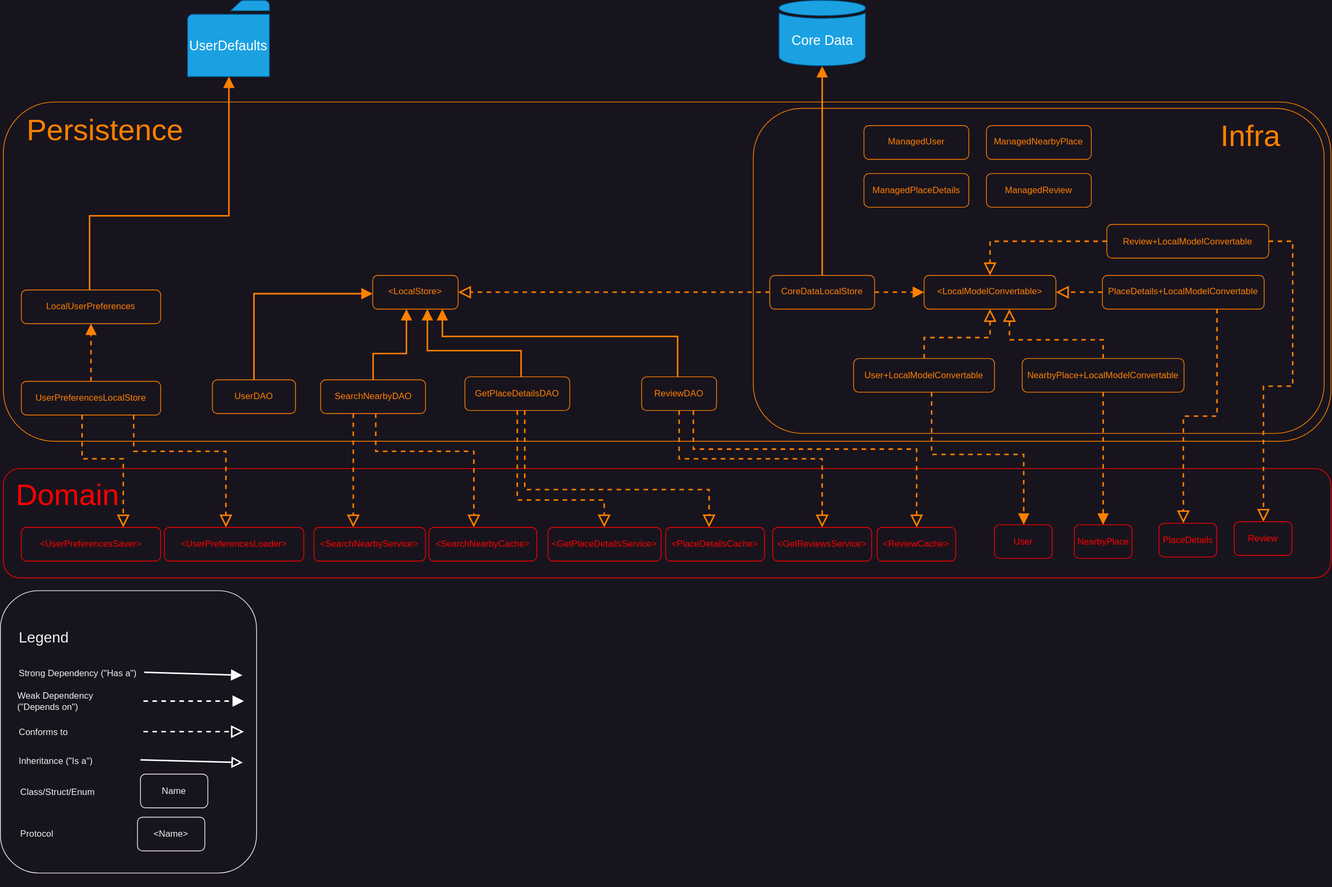
Before: Diagrams/Persistence.svg, a diagram exported from draw.io (marian-stanciulica/Foodybite). Source tidied: cells renumbered, new cells last; positions are measured from the earlier drawing's top-left corner, leaving out a move shared by most shapes.
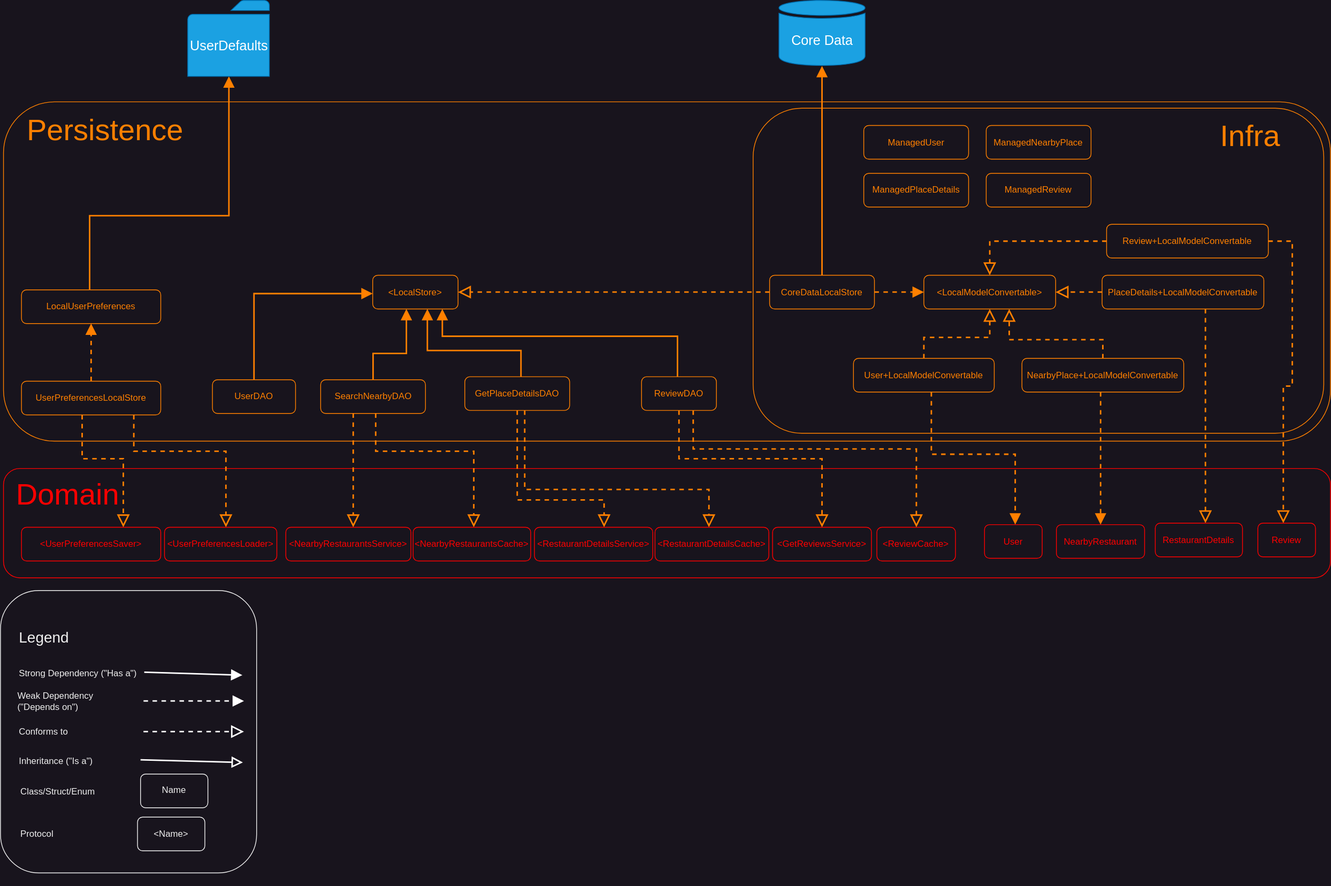
After the change.

Commit message:
Readme - replaces the concept of place with restaurant in the Persistence diagram

The edit, as a diff of the source:
```diff
@@ -94,7 +94,7 @@
       <mxGeometry x="28" y="703.5" width="186" height="45" as="geometry" />
     </mxCell>
     <mxCell id="25" value="&amp;lt;UserPreferencesLoader&amp;gt;" style="rounded=1;whiteSpace=wrap;html=1;fontColor=#FF0000;strokeColor=#FF0000;" parent="1" vertex="1">
-      <mxGeometry x="219" y="703.5" width="186" height="45" as="geometry" />
+      <mxGeometry x="219" y="703.5" width="150" height="45" as="geometry" />
     </mxCell>
     <mxCell id="26" style="edgeStyle=orthogonalEdgeStyle;shape=connector;rounded=0;jumpStyle=line;jettySize=auto;html=1;labelBackgroundColor=default;strokeColor=#FF8000;strokeWidth=2;fontFamily=Helvetica;fontSize=11;fontColor=default;endArrow=block;endFill=1;endSize=10;fillColor=#f0a30a;" parent="1" edge="1" source="27" target="55">
       <mxGeometry relative="1" as="geometry">
@@ -198,17 +198,17 @@
     <mxCell id="46" value="ManagedReview" style="rounded=1;whiteSpace=wrap;html=1;fontColor=#FF8000;strokeColor=#FF8000;" parent="1" vertex="1">
       <mxGeometry x="1316.2" y="231" width="140" height="45" as="geometry" />
     </mxCell>
-    <mxCell id="47" value="&amp;lt;SearchNearbyService&amp;gt;" style="rounded=1;whiteSpace=wrap;html=1;fontColor=#FF0000;strokeColor=#FF0000;" parent="1" vertex="1">
-      <mxGeometry x="418.5" y="703.5" width="149" height="45" as="geometry" />
+    <mxCell id="47" value="&amp;lt;NearbyRestaurantsService&amp;gt;" style="rounded=1;whiteSpace=wrap;html=1;fontColor=#FF0000;strokeColor=#FF0000;" parent="1" vertex="1">
+      <mxGeometry x="381" y="703.5" width="167" height="45" as="geometry" />
     </mxCell>
-    <mxCell id="48" value="&amp;lt;SearchNearbyCache&amp;gt;" style="rounded=1;whiteSpace=wrap;html=1;fontColor=#FF0000;strokeColor=#FF0000;" parent="1" vertex="1">
-      <mxGeometry x="572" y="703.5" width="144" height="45" as="geometry" />
+    <mxCell id="48" value="&amp;lt;NearbyRestaurantsCache&amp;gt;" style="rounded=1;whiteSpace=wrap;html=1;fontColor=#FF0000;strokeColor=#FF0000;" parent="1" vertex="1">
+      <mxGeometry x="551" y="703.5" width="157" height="45" as="geometry" />
     </mxCell>
-    <mxCell id="49" value="&amp;lt;GetPlaceDetailsService&amp;gt;" style="rounded=1;whiteSpace=wrap;html=1;fontColor=#FF0000;strokeColor=#FF0000;" parent="1" vertex="1">
-      <mxGeometry x="731" y="703.5" width="151" height="45" as="geometry" />
+    <mxCell id="49" value="&amp;lt;RestaurantDetailsService&amp;gt;" style="rounded=1;whiteSpace=wrap;html=1;fontColor=#FF0000;strokeColor=#FF0000;" parent="1" vertex="1">
+      <mxGeometry x="713" y="703.5" width="158" height="45" as="geometry" />
     </mxCell>
-    <mxCell id="50" value="&amp;lt;PlaceDetailsCache&amp;gt;" style="rounded=1;whiteSpace=wrap;html=1;fontColor=#FF0000;strokeColor=#FF0000;" parent="1" vertex="1">
-      <mxGeometry x="888" y="703.5" width="132" height="45" as="geometry" />
+    <mxCell id="50" value="&amp;lt;RestaurantDetailsCache&amp;gt;" style="rounded=1;whiteSpace=wrap;html=1;fontColor=#FF0000;strokeColor=#FF0000;" parent="1" vertex="1">
+      <mxGeometry x="874" y="703.5" width="152" height="45" as="geometry" />
     </mxCell>
     <mxCell id="51" value="&amp;lt;GetReviewsService&amp;gt;" style="rounded=1;whiteSpace=wrap;html=1;fontColor=#FF0000;strokeColor=#FF0000;" parent="1" vertex="1">
       <mxGeometry x="1031" y="703.5" width="132" height="45" as="geometry" />
@@ -235,7 +235,7 @@
       <mxGeometry relative="1" as="geometry">
         <Array as="points">
           <mxPoint x="1243" y="606" />
-          <mxPoint x="1366" y="606" />
+          <mxPoint x="1355" y="606" />
         </Array>
       </mxGeometry>
     </mxCell>
@@ -251,7 +251,12 @@
       </mxGeometry>
     </mxCell>
     <mxCell id="61" style="edgeStyle=orthogonalEdgeStyle;shape=connector;rounded=0;jettySize=auto;html=1;dashed=1;labelBackgroundColor=default;strokeColor=#FF8000;strokeWidth=2;fontFamily=Helvetica;fontSize=11;fontColor=#FF8000;endArrow=block;endFill=1;endSize=10;fillColor=#f0a30a;" parent="1" edge="1" source="62" target="70">
-      <mxGeometry relative="1" as="geometry" />
+      <mxGeometry relative="1" as="geometry">
+        <Array as="points">
+          <mxPoint x="1469" y="569" />
+          <mxPoint x="1469" y="569" />
+        </Array>
+      </mxGeometry>
     </mxCell>
     <mxCell id="62" value="NearbyPlace+LocalModelConvertable" style="rounded=1;whiteSpace=wrap;html=1;fontColor=#FF8000;strokeColor=#FF8000;" parent="1" vertex="1">
       <mxGeometry x="1364" y="478" width="216" height="45" as="geometry" />
@@ -262,8 +267,8 @@
     <mxCell id="64" style="edgeStyle=orthogonalEdgeStyle;shape=connector;rounded=0;jettySize=auto;html=1;dashed=1;labelBackgroundColor=default;strokeColor=#FF8000;strokeWidth=2;fontFamily=Helvetica;fontSize=11;fontColor=default;endArrow=block;endFill=0;endSize=12;fillColor=#f0a30a;" parent="1" edge="1" source="65" target="71">
       <mxGeometry relative="1" as="geometry">
         <Array as="points">
-          <mxPoint x="1624" y="555" />
-          <mxPoint x="1579" y="555" />
+          <mxPoint x="1609" y="480" />
+          <mxPoint x="1609" y="480" />
         </Array>
       </mxGeometry>
     </mxCell>
@@ -278,7 +283,7 @@
         <Array as="points">
           <mxPoint x="1725" y="322" />
           <mxPoint x="1725" y="515" />
-          <mxPoint x="1686" y="515" />
+          <mxPoint x="1713" y="515" />
         </Array>
       </mxGeometry>
     </mxCell>
@@ -286,16 +291,16 @@
       <mxGeometry x="1477" y="299" width="216" height="45" as="geometry" />
     </mxCell>
     <mxCell id="69" value="User" style="rounded=1;whiteSpace=wrap;html=1;fontColor=#FF0000;strokeColor=#FF0000;" parent="1" vertex="1">
-      <mxGeometry x="1327" y="700" width="77" height="45" as="geometry" />
+      <mxGeometry x="1314" y="700" width="77" height="45" as="geometry" />
     </mxCell>
-    <mxCell id="70" value="NearbyPlace" style="rounded=1;whiteSpace=wrap;html=1;fontColor=#FF0000;strokeColor=#FF0000;" parent="1" vertex="1">
-      <mxGeometry x="1433.5" y="700" width="77" height="45" as="geometry" />
+    <mxCell id="70" value="NearbyRestaurant" style="rounded=1;whiteSpace=wrap;html=1;fontColor=#FF0000;strokeColor=#FF0000;" parent="1" vertex="1">
+      <mxGeometry x="1410" y="700" width="117.8" height="45" as="geometry" />
     </mxCell>
-    <mxCell id="71" value="PlaceDetails" style="rounded=1;whiteSpace=wrap;html=1;fontColor=#FF0000;strokeColor=#FF0000;" parent="1" vertex="1">
-      <mxGeometry x="1546.5" y="698" width="77" height="45" as="geometry" />
+    <mxCell id="71" value="RestaurantDetails" style="rounded=1;whiteSpace=wrap;html=1;fontColor=#FF0000;strokeColor=#FF0000;" parent="1" vertex="1">
+      <mxGeometry x="1542" y="698" width="116.5" height="45" as="geometry" />
     </mxCell>
     <mxCell id="72" value="Review" style="rounded=1;whiteSpace=wrap;html=1;fontColor=#FF0000;strokeColor=#FF0000;" parent="1" vertex="1">
-      <mxGeometry x="1647" y="696" width="77" height="45" as="geometry" />
+      <mxGeometry x="1679" y="698" width="77" height="45" as="geometry" />
     </mxCell>
     <mxCell id="73" value="Infra" style="text;html=1;strokeColor=none;fillColor=none;align=center;verticalAlign=middle;whiteSpace=wrap;rounded=0;fontSize=40;fontFamily=Helvetica;fontColor=#FF8000;" parent="1" vertex="1">
       <mxGeometry x="1639" y="165" width="60" height="30" as="geometry" />
```
